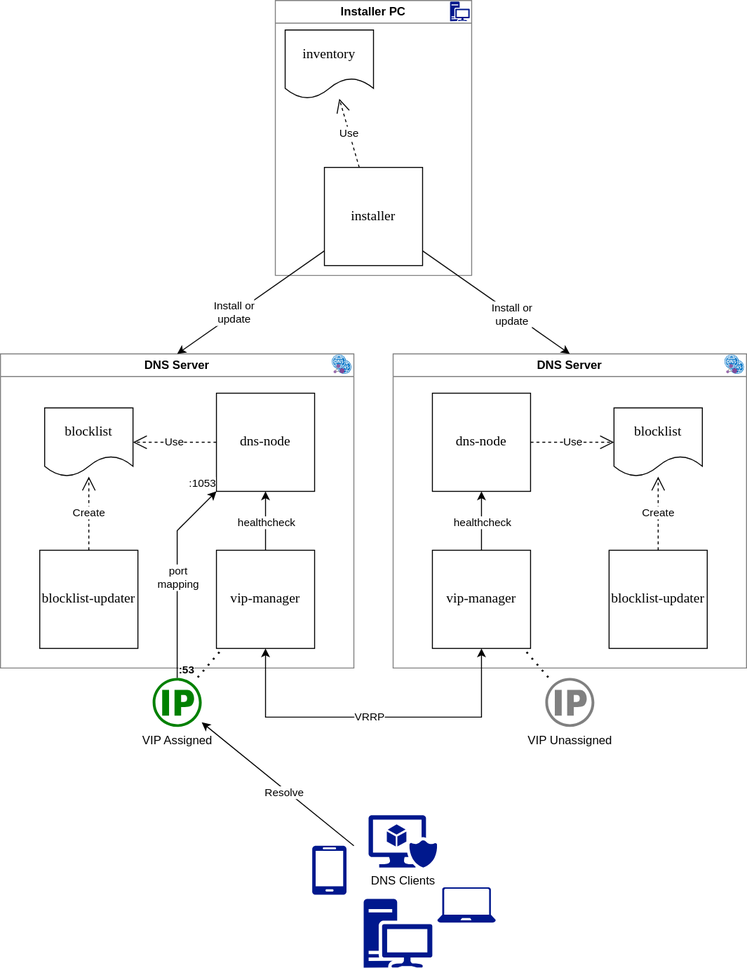
Above: .files/ha-sinkhole-architecture-dns-node.drawio.svg in davison/ha-sinkhole (draw.io), before the change. Source tidied: cells renumbered, new cells last; positions are measured from the earlier drawing's top-left corner, leaving out a move shared by most shapes.
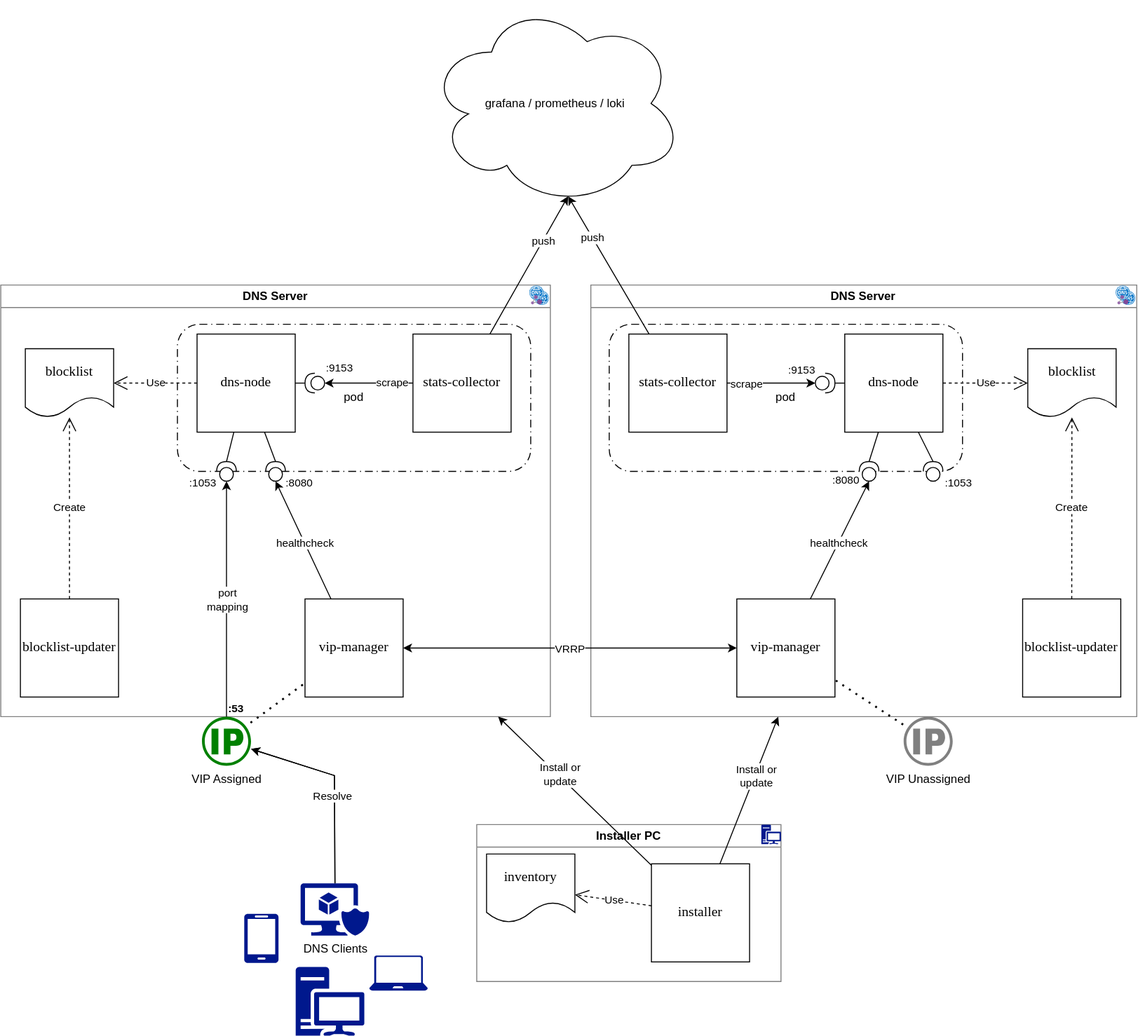
Later version of the same file.

Change to the diagram source:
```diff
@@ -5,15 +5,18 @@
     <mxCell id="2" value="DNS Server" style="swimlane;html=1;labelPosition=center;verticalLabelPosition=middle;align=center;verticalAlign=middle;convertToSvg=0;whiteSpace=wrap;textShadow=0;labelBorderColor=none;labelBackgroundColor=none;strokeColor=#808080;" parent="1" vertex="1">
-      <mxGeometry y="360" width="360" height="320" as="geometry" />
+      <mxGeometry x="-200" y="320" width="560" height="440" as="geometry" />
     </mxCell>
+    <mxCell id="53" value="pod" style="rounded=1;whiteSpace=wrap;html=1;dashed=1;dashPattern=8 4 1 4;fillColor=light-dark(#FFFFFF,#3F3F3F);fontColor=light-dark(#000000,#FF9933);" parent="2" vertex="1">
+      <mxGeometry x="180" y="40" width="360" height="150" as="geometry" />
+    </mxCell>
     <mxCell id="3" value="&lt;font style=&quot;font-size: 14px;&quot; face=&quot;Roboto Mono&quot;&gt;dns-node&lt;/font&gt;" style="whiteSpace=wrap;html=1;" parent="2" vertex="1">
-      <mxGeometry x="220" y="40" width="100" height="100" as="geometry" />
+      <mxGeometry x="200" y="50" width="100" height="100" as="geometry" />
     </mxCell>
     <mxCell id="4" value="&lt;font style=&quot;font-size: 14px;&quot; face=&quot;Roboto Mono&quot;&gt;vip-manager&lt;/font&gt;" style="whiteSpace=wrap;html=1;" parent="2" vertex="1">
-      <mxGeometry x="220" y="200" width="100" height="100" as="geometry" />
+      <mxGeometry x="310" y="320" width="100" height="100" as="geometry" />
     </mxCell>
     <mxCell id="5" value="&lt;font style=&quot;font-size: 14px;&quot; face=&quot;Roboto Mono&quot;&gt;blocklist-updater&lt;/font&gt;" style="whiteSpace=wrap;html=1;" parent="2" vertex="1">
-      <mxGeometry x="40" y="200" width="100" height="100" as="geometry" />
+      <mxGeometry x="20" y="320" width="100" height="100" as="geometry" />
     </mxCell>
     <mxCell id="6" value="&lt;font face=&quot;Roboto Mono&quot; style=&quot;font-size: 14px;&quot;&gt;blocklist&lt;/font&gt;" style="shape=document;whiteSpace=wrap;html=1;boundedLbl=1;" parent="2" vertex="1">
-      <mxGeometry x="45" y="55" width="90" height="70" as="geometry" />
+      <mxGeometry x="25" y="65" width="90" height="70" as="geometry" />
     </mxCell>
@@ -25,3 +28,3 @@
     </mxCell>
-    <mxCell id="9" style="endArrow=classic;html=1;rounded=0;" parent="2" edge="1" source="4" target="3">
+    <mxCell id="9" style="endArrow=classic;html=1;rounded=0;entryX=0;entryY=0.5;entryDx=0;entryDy=0;entryPerimeter=0;" parent="2" edge="1" source="4" target="57">
       <mxGeometry relative="1" as="geometry" />
@@ -31,4 +34,14 @@
     </mxCell>
+    <mxCell id="54" value=":8080" style="edgeLabel;html=1;align=center;verticalAlign=middle;" parent="9" vertex="1">
+      <mxGeometry x="0.82" y="2" relative="1" as="geometry">
+        <mxPoint x="20" y="-10" as="offset" />
+      </mxGeometry>
+    </mxCell>
+    <mxCell id="55" value=":8080" style="edgeLabel;html=1;align=center;verticalAlign=middle;" parent="9" vertex="1">
+      <mxGeometry x="0.82" y="2" relative="1" as="geometry">
+        <mxPoint x="577" y="-13" as="offset" />
+      </mxGeometry>
+    </mxCell>
     <mxCell id="11" style="group;" parent="2" vertex="1">
-      <mxGeometry x="338" y="1" width="20" height="23.2" as="geometry" />
+      <mxGeometry x="539" y="1" width="20" height="23.2" as="geometry" />
     </mxCell>
@@ -43,16 +56,50 @@
     </mxCell>
+    <mxCell id="56" value="&lt;font style=&quot;font-size: 14px;&quot; face=&quot;Roboto Mono&quot;&gt;stats-collector&lt;/font&gt;" style="whiteSpace=wrap;html=1;" parent="2" vertex="1">
+      <mxGeometry x="420" y="50" width="100" height="100" as="geometry" />
+    </mxCell>
+    <mxCell id="57" style="shape=providedRequiredInterface;html=1;verticalLabelPosition=bottom;sketch=0;rotation=-90;" parent="2" vertex="1">
+      <mxGeometry x="270" y="180" width="20" height="20" as="geometry" />
+    </mxCell>
+    <mxCell id="58" style="endArrow=none;html=1;rounded=0;entryX=1;entryY=0.5;entryDx=0;entryDy=0;entryPerimeter=0;" parent="2" edge="1" source="3" target="57">
+      <mxGeometry relative="1" as="geometry" />
+    </mxCell>
+    <mxCell id="59" style="endArrow=none;html=1;rounded=0;entryX=1;entryY=0.5;entryDx=0;entryDy=0;entryPerimeter=0;" parent="2" edge="1" source="3" target="60">
+      <mxGeometry relative="1" as="geometry" />
+    </mxCell>
+    <mxCell id="60" style="shape=providedRequiredInterface;html=1;verticalLabelPosition=bottom;sketch=0;rotation=-90;" parent="2" vertex="1">
+      <mxGeometry x="220" y="180" width="20" height="20" as="geometry" />
+    </mxCell>
+    <mxCell id="61" style="shape=providedRequiredInterface;html=1;verticalLabelPosition=bottom;sketch=0;rotation=-180;" parent="2" vertex="1">
+      <mxGeometry x="310" y="90" width="20" height="20" as="geometry" />
+    </mxCell>
+    <mxCell id="62" style="endArrow=none;html=1;rounded=0;" parent="2" edge="1" source="3" target="61">
+      <mxGeometry relative="1" as="geometry" />
+    </mxCell>
+    <mxCell id="63" style="endArrow=classic;html=1;rounded=0;entryX=0;entryY=0.5;entryDx=0;entryDy=0;entryPerimeter=0;" parent="2" edge="1" source="56" target="61">
+      <mxGeometry relative="1" as="geometry" />
+    </mxCell>
+    <mxCell id="64" value=":9153" style="edgeLabel;html=1;align=center;verticalAlign=middle;" parent="63" vertex="1">
+      <mxGeometry x="0.52" y="1" relative="1" as="geometry">
+        <mxPoint x="-7" y="-17" as="offset" />
+      </mxGeometry>
+    </mxCell>
+    <mxCell id="65" value="scrape" style="edgeLabel;html=1;align=center;verticalAlign=middle;" parent="63" vertex="1">
+      <mxGeometry x="-0.28" y="-1" relative="1" as="geometry">
+        <mxPoint x="11" as="offset" />
+      </mxGeometry>
+    </mxCell>
+    <mxCell id="66" value="pod" style="rounded=1;whiteSpace=wrap;html=1;dashed=1;dashPattern=8 4 1 4;fillColor=light-dark(#FFFFFF,#3F3F3F);fontColor=light-dark(#000000,#FF9933);" parent="2" vertex="1">
+      <mxGeometry x="620" y="40" width="360" height="150" as="geometry" />
+    </mxCell>
     <mxCell id="15" value="DNS Server" style="swimlane;html=1;labelPosition=center;verticalLabelPosition=middle;align=center;verticalAlign=middle;convertToSvg=0;whiteSpace=wrap;textShadow=0;labelBorderColor=none;labelBackgroundColor=none;strokeColor=#808080;" parent="1" vertex="1">
-      <mxGeometry x="400" y="360" width="360" height="320" as="geometry" />
+      <mxGeometry x="401.2" y="320" width="556.2" height="440" as="geometry" />
     </mxCell>
     <mxCell id="16" value="&lt;font style=&quot;font-size: 14px;&quot; face=&quot;Roboto Mono&quot;&gt;vip-manager&lt;/font&gt;" style="whiteSpace=wrap;html=1;" parent="15" vertex="1">
-      <mxGeometry x="40" y="200" width="100" height="100" as="geometry" />
+      <mxGeometry x="148.8" y="320" width="100" height="100" as="geometry" />
     </mxCell>
-    <mxCell id="17" value="&lt;font style=&quot;font-size: 14px;&quot; face=&quot;Roboto Mono&quot;&gt;dns-node&lt;/font&gt;" style="whiteSpace=wrap;html=1;" parent="15" vertex="1">
-      <mxGeometry x="40" y="40" width="100" height="100" as="geometry" />
-    </mxCell>
     <mxCell id="18" value="&lt;font style=&quot;font-size: 14px;&quot; face=&quot;Roboto Mono&quot;&gt;blocklist-updater&lt;/font&gt;" style="whiteSpace=wrap;html=1;" parent="15" vertex="1">
-      <mxGeometry x="220" y="200" width="100" height="100" as="geometry" />
+      <mxGeometry x="440" y="320" width="100" height="100" as="geometry" />
     </mxCell>
     <mxCell id="19" value="&lt;font face=&quot;Roboto Mono&quot; style=&quot;font-size: 14px;&quot;&gt;blocklist&lt;/font&gt;" style="shape=document;whiteSpace=wrap;html=1;boundedLbl=1;" parent="15" vertex="1">
-      <mxGeometry x="225" y="55" width="90" height="70" as="geometry" />
+      <mxGeometry x="445.2" y="65" width="90" height="70" as="geometry" />
     </mxCell>
@@ -61,6 +108,3 @@
     </mxCell>
-    <mxCell id="21" value="Use" style="endArrow=open;endSize=12;dashed=1;html=1;rounded=0;" parent="15" edge="1" source="17" target="19">
-      <mxGeometry relative="1" as="geometry" />
-    </mxCell>
-    <mxCell id="22" style="endArrow=classic;html=1;rounded=0;" parent="15" edge="1" source="16" target="17">
+    <mxCell id="22" style="endArrow=classic;html=1;rounded=0;entryX=0;entryY=0.5;entryDx=0;entryDy=0;entryPerimeter=0;" parent="15" edge="1" source="16" target="68">
       <mxGeometry relative="1" as="geometry" />
@@ -71,3 +115,3 @@
     <mxCell id="24" style="group;" parent="15" vertex="1">
-      <mxGeometry x="338" y="1" width="20" height="23.2" as="geometry" />
+      <mxGeometry x="535.2" y="1" width="20" height="23.2" as="geometry" />
     </mxCell>
@@ -82,7 +126,13 @@
     </mxCell>
+    <mxCell id="67" style="shape=providedRequiredInterface;html=1;verticalLabelPosition=bottom;sketch=0;rotation=-90;" parent="15" vertex="1">
+      <mxGeometry x="338.8" y="180" width="20" height="20" as="geometry" />
+    </mxCell>
+    <mxCell id="68" style="shape=providedRequiredInterface;html=1;verticalLabelPosition=bottom;sketch=0;rotation=-90;" parent="15" vertex="1">
+      <mxGeometry x="273.5" y="180" width="20" height="20" as="geometry" />
+    </mxCell>
     <mxCell id="28" value="Installer PC" style="swimlane;html=1;labelPosition=center;verticalLabelPosition=middle;align=center;verticalAlign=middle;convertToSvg=0;whiteSpace=wrap;textShadow=0;labelBorderColor=none;labelBackgroundColor=none;strokeColor=#808080;" parent="1" vertex="1">
-      <mxGeometry x="280" width="200" height="280" as="geometry" />
+      <mxGeometry x="285" y="870" width="310" height="160" as="geometry" />
     </mxCell>
     <mxCell id="29" value="&lt;font style=&quot;font-size: 14px;&quot; face=&quot;Roboto Mono&quot;&gt;installer&lt;/font&gt;" style="whiteSpace=wrap;html=1;" parent="28" vertex="1">
-      <mxGeometry x="50" y="170" width="100" height="100" as="geometry" />
+      <mxGeometry x="178" y="40" width="100" height="100" as="geometry" />
     </mxCell>
@@ -95,27 +145,20 @@
     <mxCell id="32" style="sketch=0;shadow=0;dashed=0;html=1;strokeColor=none;labelPosition=center;verticalLabelPosition=bottom;verticalAlign=top;align=center;fillColor=light-dark(#00188D,#9F9F9F);shape=mxgraph.mscae.enterprise.workstation_client;" parent="28" vertex="1">
-      <mxGeometry x="178" y="1" width="20" height="20" as="geometry" />
+      <mxGeometry x="290" width="20" height="20" as="geometry" />
     </mxCell>
     <mxCell id="33" value="VIP Assigned" style="fillColor=#008000;sketch=0;shadow=0;dashed=0;html=1;strokeColor=none;labelPosition=center;verticalLabelPosition=bottom;outlineConnect=0;verticalAlign=top;align=center;shape=mxgraph.openstack.neutron_floatingip;" parent="1" vertex="1">
-      <mxGeometry x="155" y="690" width="50" height="50" as="geometry" />
+      <mxGeometry x="5" y="760" width="50" height="50" as="geometry" />
     </mxCell>
     <mxCell id="34" value="VIP Unassigned" style="fillColor=#808080;sketch=0;shadow=0;dashed=0;html=1;strokeColor=none;labelPosition=center;verticalLabelPosition=bottom;outlineConnect=0;verticalAlign=top;align=center;shape=mxgraph.openstack.neutron_floatingip;" parent="1" vertex="1">
-      <mxGeometry x="555" y="690" width="50" height="50" as="geometry" />
+      <mxGeometry x="720" y="760" width="50" height="50" as="geometry" />
     </mxCell>
     <mxCell id="35" style="endArrow=classic;startArrow=classic;html=1;rounded=0;" parent="1" edge="1" source="16" target="4">
-      <mxGeometry relative="1" as="geometry">
-        <Array as="points">
-          <mxPoint x="490" y="730" />
-          <mxPoint x="270" y="730" />
-        </Array>
-      </mxGeometry>
+      <mxGeometry relative="1" as="geometry" />
     </mxCell>
     <mxCell id="36" value="VRRP" style="edgeLabel;html=1;align=center;verticalAlign=middle;" parent="35" vertex="1">
-      <mxGeometry x="0.03" y="-1" relative="1" as="geometry" />
+      <mxGeometry x="0.03" y="-1" relative="1" as="geometry">
+        <mxPoint x="4" y="1" as="offset" />
+      </mxGeometry>
     </mxCell>
-    <mxCell id="37" style="endArrow=classic;html=1;rounded=0;strokeColor=light-dark(#000000,#00CC00);" parent="1" edge="1" source="33" target="3">
-      <mxGeometry relative="1" as="geometry">
-        <Array as="points">
-          <mxPoint x="180" y="540" />
-        </Array>
-      </mxGeometry>
+    <mxCell id="37" style="endArrow=classic;html=1;rounded=0;strokeColor=light-dark(#000000,#00CC00);" parent="1" edge="1" source="33" target="60">
+      <mxGeometry relative="1" as="geometry" />
     </mxCell>
@@ -128,4 +171,11 @@
     <mxCell id="40" value=":1053" style="edgeLabel;html=1;align=right;verticalAlign=bottom;fontColor=light-dark(#000000,#00CC00);" parent="37" vertex="1">
-      <mxGeometry x="1" relative="1" as="geometry" />
+      <mxGeometry x="1" relative="1" as="geometry">
+        <mxPoint x="-10" y="10" as="offset" />
+      </mxGeometry>
     </mxCell>
+    <mxCell id="69" value=":1053" style="edgeLabel;html=1;align=right;verticalAlign=bottom;fontColor=light-dark(#000000,#00CC00);" parent="37" vertex="1">
+      <mxGeometry x="1" relative="1" as="geometry">
+        <mxPoint x="760" y="10" as="offset" />
+      </mxGeometry>
+    </mxCell>
     <mxCell id="41" style="endArrow=none;dashed=1;html=1;dashPattern=1 3;strokeWidth=2;rounded=0;" parent="1" edge="1" source="33" target="4">
@@ -136,3 +186,3 @@
     </mxCell>
-    <mxCell id="43" style="endArrow=classic;html=1;rounded=0;entryX=0.5;entryY=0;entryDx=0;entryDy=0;" parent="1" edge="1" source="29" target="2">
+    <mxCell id="43" style="endArrow=classic;html=1;rounded=0;" parent="1" edge="1" source="29" target="2">
       <mxGeometry relative="1" as="geometry" />
@@ -142,3 +192,3 @@
     </mxCell>
-    <mxCell id="45" style="endArrow=classic;html=1;rounded=0;entryX=0.5;entryY=0;entryDx=0;entryDy=0;" parent="1" edge="1" source="29" target="15">
+    <mxCell id="45" style="endArrow=classic;html=1;rounded=0;" parent="1" edge="1" source="29" target="15">
       <mxGeometry relative="1" as="geometry" />
@@ -147,8 +197,10 @@
       <mxGeometry x="-0.15" y="-1" relative="1" as="geometry">
-        <mxPoint x="27" y="19" as="offset" />
+        <mxPoint x="11" y="-27" as="offset" />
       </mxGeometry>
     </mxCell>
-    <mxCell id="47" style="endArrow=classic;html=1;rounded=0;" parent="1" edge="1" target="33">
+    <mxCell id="47" style="endArrow=classic;html=1;rounded=0;exitX=0.5;exitY=0;exitDx=0;exitDy=0;exitPerimeter=0;" parent="1" edge="1" source="50" target="33">
       <mxGeometry relative="1" as="geometry">
-        <mxPoint x="360" y="861" as="sourcePoint" />
+        <Array as="points">
+          <mxPoint x="140" y="820" />
+        </Array>
       </mxGeometry>
@@ -158,14 +210,76 @@
     </mxCell>
+    <mxCell id="70" style="group;" parent="1" vertex="1">
+      <mxGeometry x="48" y="930" width="187.1" height="155.2" as="geometry" />
+    </mxCell>
-    <mxCell id="49" style="sketch=0;shadow=0;dashed=0;html=1;strokeColor=none;labelPosition=center;verticalLabelPosition=bottom;verticalAlign=top;align=center;fillColor=light-dark(#00188D,#9D9D9D);shape=mxgraph.azure.laptop;" parent="1" vertex="1">
-      <mxGeometry x="445" y="903.5" width="59.6" height="35.8" as="geometry" />
+    <mxCell id="49" style="sketch=0;shadow=0;dashed=0;html=1;strokeColor=none;labelPosition=center;verticalLabelPosition=bottom;verticalAlign=top;align=center;fillColor=light-dark(#00188D,#9D9D9D);shape=mxgraph.azure.laptop;" parent="70" vertex="1">
+      <mxGeometry x="127.5" y="73.5" width="59.6" height="35.8" as="geometry" />
     </mxCell>
-    <mxCell id="50" value="DNS Clients" style="sketch=0;shadow=0;dashed=0;html=1;strokeColor=none;labelPosition=center;verticalLabelPosition=bottom;verticalAlign=top;align=center;fillColor=light-dark(#00188D,#9D9D9D);shape=mxgraph.mscae.enterprise.secure_virtual_machine;" parent="1" vertex="1">
-      <mxGeometry x="375" y="830" width="70" height="53.2" as="geometry" />
+    <mxCell id="50" value="DNS Clients" style="sketch=0;shadow=0;dashed=0;html=1;strokeColor=none;labelPosition=center;verticalLabelPosition=bottom;verticalAlign=top;align=center;fillColor=light-dark(#00188D,#9D9D9D);shape=mxgraph.mscae.enterprise.secure_virtual_machine;" parent="70" vertex="1">
+      <mxGeometry x="57.5" width="70" height="53.2" as="geometry" />
     </mxCell>
-    <mxCell id="51" style="sketch=0;shadow=0;dashed=0;html=1;strokeColor=none;labelPosition=center;verticalLabelPosition=bottom;verticalAlign=top;align=center;fillColor=light-dark(#00188D,#9D9D9D);shape=mxgraph.mscae.enterprise.workstation_client;" parent="1" vertex="1">
-      <mxGeometry x="370" y="915.2" width="70" height="70" as="geometry" />
+    <mxCell id="51" style="sketch=0;shadow=0;dashed=0;html=1;strokeColor=none;labelPosition=center;verticalLabelPosition=bottom;verticalAlign=top;align=center;fillColor=light-dark(#00188D,#9D9D9D);shape=mxgraph.mscae.enterprise.workstation_client;" parent="70" vertex="1">
+      <mxGeometry x="52.5" y="85.2" width="70" height="70" as="geometry" />
     </mxCell>
-    <mxCell id="52" style="sketch=0;shadow=0;dashed=0;html=1;strokeColor=none;labelPosition=center;verticalLabelPosition=bottom;verticalAlign=top;align=center;fillColor=light-dark(#00188D,#9D9D9D);shape=mxgraph.azure.mobile;direction=north;rotation=90;" parent="1" vertex="1">
-      <mxGeometry x="310" y="868.5" width="50" height="35" as="geometry" />
+    <mxCell id="52" style="sketch=0;shadow=0;dashed=0;html=1;strokeColor=none;labelPosition=center;verticalLabelPosition=bottom;verticalAlign=top;align=center;fillColor=light-dark(#00188D,#9D9D9D);shape=mxgraph.azure.mobile;direction=north;rotation=90;" parent="70" vertex="1">
+      <mxGeometry x="-7.5" y="38.5" width="50" height="35" as="geometry" />
     </mxCell>
+    <mxCell id="71" value="grafana / prometheus / loki" style="ellipse;shape=cloud;whiteSpace=wrap;html=1;" parent="1" vertex="1">
+      <mxGeometry x="235.1" y="30" width="260" height="210" as="geometry" />
+    </mxCell>
+    <mxCell id="72" value="&lt;font style=&quot;font-size: 14px;&quot; face=&quot;Roboto Mono&quot;&gt;stats-collector&lt;/font&gt;" style="whiteSpace=wrap;html=1;" parent="1" vertex="1">
+      <mxGeometry x="440" y="370" width="100" height="100" as="geometry" />
+    </mxCell>
+    <mxCell id="73" style="endArrow=classic;html=1;rounded=0;entryX=0;entryY=0.5;entryDx=0;entryDy=0;entryPerimeter=0;" parent="1" edge="1" source="72" target="76">
+      <mxGeometry relative="1" as="geometry" />
+    </mxCell>
+    <mxCell id="74" value=":9153" style="edgeLabel;html=1;align=center;verticalAlign=middle;" parent="73" vertex="1">
+      <mxGeometry x="0.52" y="1" relative="1" as="geometry">
+        <mxPoint x="7" y="-13" as="offset" />
+      </mxGeometry>
+    </mxCell>
+    <mxCell id="75" value="scrape" style="edgeLabel;html=1;align=center;verticalAlign=middle;" parent="73" vertex="1">
+      <mxGeometry x="-0.76" relative="1" as="geometry">
+        <mxPoint x="9" as="offset" />
+      </mxGeometry>
+    </mxCell>
+    <mxCell id="76" style="shape=providedRequiredInterface;html=1;verticalLabelPosition=bottom;sketch=0;rotation=0;" parent="1" vertex="1">
+      <mxGeometry x="630" y="410" width="20" height="20" as="geometry" />
+    </mxCell>
+    <mxCell id="77" style="endArrow=none;html=1;rounded=0;" parent="1" edge="1" source="17" target="76">
+      <mxGeometry relative="1" as="geometry" />
+    </mxCell>
+    <mxCell id="17" value="&lt;font style=&quot;font-size: 14px;&quot; face=&quot;Roboto Mono&quot;&gt;dns-node&lt;/font&gt;" style="whiteSpace=wrap;html=1;" parent="1" vertex="1">
+      <mxGeometry x="660" y="370" width="100" height="100" as="geometry" />
+    </mxCell>
+    <mxCell id="78" style="endArrow=none;html=1;rounded=0;entryX=1;entryY=0.5;entryDx=0;entryDy=0;entryPerimeter=0;" parent="1" edge="1" source="17" target="68">
+      <mxGeometry relative="1" as="geometry" />
+    </mxCell>
+    <mxCell id="79" style="endArrow=none;html=1;rounded=0;entryX=1;entryY=0.5;entryDx=0;entryDy=0;entryPerimeter=0;" parent="1" edge="1" source="17" target="67">
+      <mxGeometry relative="1" as="geometry" />
+    </mxCell>
+    <mxCell id="21" value="Use" style="endArrow=open;endSize=12;dashed=1;html=1;rounded=0;" parent="1" edge="1" source="17" target="19">
+      <mxGeometry relative="1" as="geometry" />
+    </mxCell>
+    <mxCell id="80" style="endArrow=classic;html=1;rounded=0;entryX=0.55;entryY=0.95;entryDx=0;entryDy=0;entryPerimeter=0;" parent="1" edge="1" source="56" target="71">
+      <mxGeometry relative="1" as="geometry" />
+    </mxCell>
+    <mxCell id="81" value="push" style="edgeLabel;html=1;align=center;verticalAlign=middle;" parent="80" vertex="1">
+      <mxGeometry x="0.35" relative="1" as="geometry" />
+    </mxCell>
+    <mxCell id="82" style="endArrow=classic;html=1;rounded=0;entryX=0.55;entryY=0.95;entryDx=0;entryDy=0;entryPerimeter=0;" parent="1" edge="1" source="72" target="71">
+      <mxGeometry relative="1" as="geometry" />
+    </mxCell>
+    <mxCell id="83" value="push" style="edgeLabel;html=1;align=center;verticalAlign=middle;" parent="82" vertex="1">
+      <mxGeometry x="0.4" relative="1" as="geometry" />
+    </mxCell>
+    <mxCell id="84" style="endArrow=classic;html=1;rounded=0;exitX=0.5;exitY=0;exitDx=0;exitDy=0;exitPerimeter=0;" parent="1" edge="1" source="50" target="33">
+      <mxGeometry relative="1" as="geometry">
+        <Array as="points">
+          <mxPoint x="140" y="820" />
+        </Array>
+      </mxGeometry>
+    </mxCell>
+    <mxCell id="85" value="Resolve" style="edgeLabel;html=1;align=center;verticalAlign=middle;" parent="84" vertex="1">
+      <mxGeometry x="-0.1" y="3" relative="1" as="geometry" />
+    </mxCell>
   </root>
```
